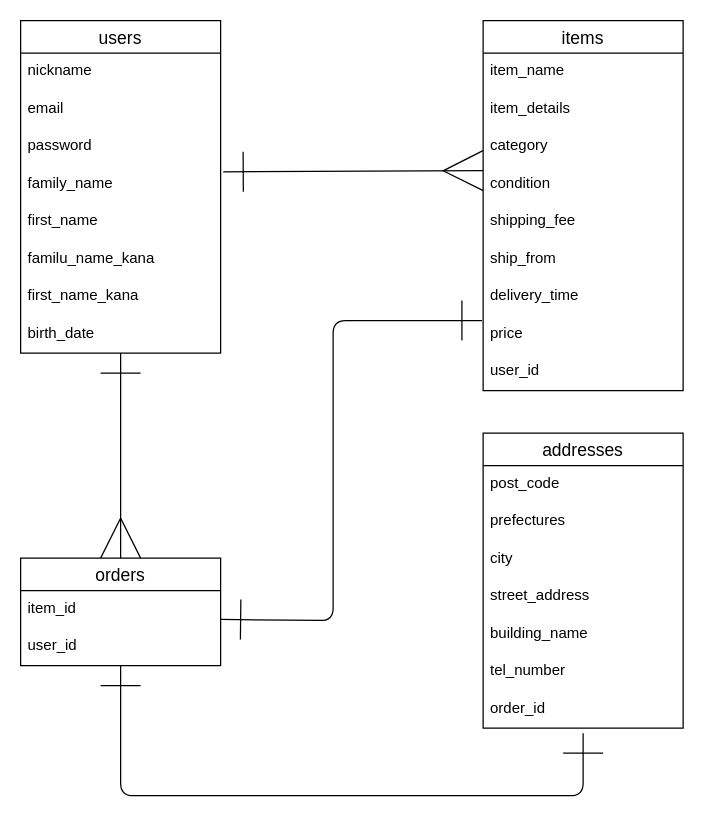
The draw.io diagram assignment.dio in haroco/furima-40291, before the edit. Source tidied: cells renumbered, new cells numbered last; positions are measured from the earlier drawing's top-left corner, leaving out a move shared by most shapes. Both pictures are drawn from the tidied source at 125%, with x=0, y=0 at pixel (20, 20).
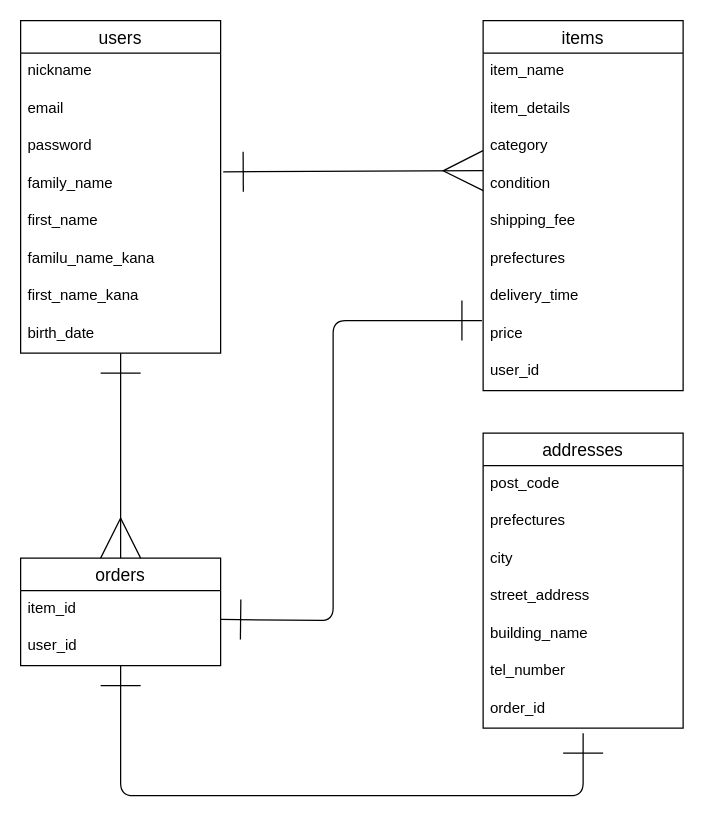
The same page after the edit.

Commit message (it also covers changes not shown here):
カラム名の修正

Unchanged cells that the change refers to:
```xml
<mxCell id="11" value="items" style="swimlane;fontStyle=0;horizontal=1;startSize=26;align=center;fontSize=14;" parent="1" vertex="1">
  <mxGeometry x="370" width="160" height="296" as="geometry" />
</mxCell>
```

Diff of the diagram source:
```diff
@@
-    <mxCell id="17" value="ship_from " style="text;strokeColor=none;fillColor=none;spacingLeft=4;spacingRight=4;overflow=hidden;fontSize=12;" parent="11" vertex="1">
+    <mxCell id="17" value="prefectures" style="text;strokeColor=none;fillColor=none;spacingLeft=4;spacingRight=4;overflow=hidden;fontSize=12;" parent="11" vertex="1">
       <mxGeometry y="176" width="160" height="30" as="geometry" />
     </mxCell>
```
